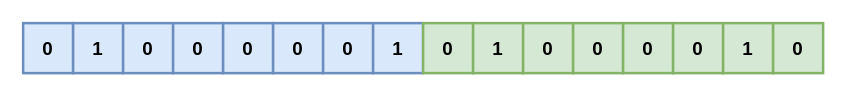
Before: redis/redis-hyperloglog-1.drawio in donscoco/diagrams, a draw.io diagram. Source tidied: cells renumbered, new cells numbered last; positions are measured from the earlier drawing's top-left corner, leaving out a move shared by most shapes. Both pictures are drawn from the tidied source at 125%, with x=0, y=0 at pixel (22, 22).
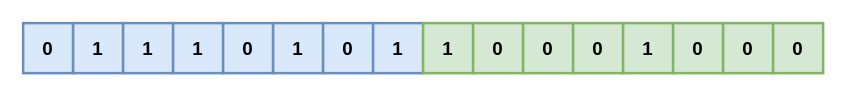
The same diagram, later.

The edit, as a diff of the source:
```diff
@@
 <mxGraphModel>
   <root>
     <mxCell id="0" />
     <mxCell id="1" parent="0" />
     <mxCell id="2" value="0" style="rounded=0;whiteSpace=wrap;html=1;strokeWidth=2;fillWeight=4;hachureGap=8;hachureAngle=45;fillColor=#dae8fc;strokeColor=#6c8ebf;fontSize=15;fontStyle=1;" parent="1" vertex="1">
       <mxGeometry width="40" height="40" as="geometry" />
     </mxCell>
     <mxCell id="3" value="1" style="rounded=0;whiteSpace=wrap;html=1;strokeWidth=2;fillWeight=4;hachureGap=8;hachureAngle=45;fillColor=#dae8fc;strokeColor=#6c8ebf;fontSize=15;fontStyle=1;" parent="1" vertex="1">
       <mxGeometry x="40" width="40" height="40" as="geometry" />
     </mxCell>
-    <mxCell id="4" value="0" style="rounded=0;whiteSpace=wrap;html=1;strokeWidth=2;fillWeight=4;hachureGap=8;hachureAngle=45;fillColor=#dae8fc;strokeColor=#6c8ebf;fontSize=15;fontStyle=1;" parent="1" vertex="1">
+    <mxCell id="4" value="1" style="rounded=0;whiteSpace=wrap;html=1;strokeWidth=2;fillWeight=4;hachureGap=8;hachureAngle=45;fillColor=#dae8fc;strokeColor=#6c8ebf;fontSize=15;fontStyle=1;" parent="1" vertex="1">
       <mxGeometry x="80" width="40" height="40" as="geometry" />
     </mxCell>
-    <mxCell id="5" value="0" style="rounded=0;whiteSpace=wrap;html=1;strokeWidth=2;fillWeight=4;hachureGap=8;hachureAngle=45;fillColor=#dae8fc;strokeColor=#6c8ebf;fontSize=15;fontStyle=1;" parent="1" vertex="1">
+    <mxCell id="5" value="1" style="rounded=0;whiteSpace=wrap;html=1;strokeWidth=2;fillWeight=4;hachureGap=8;hachureAngle=45;fillColor=#dae8fc;strokeColor=#6c8ebf;fontSize=15;fontStyle=1;" parent="1" vertex="1">
       <mxGeometry x="120" width="40" height="40" as="geometry" />
     </mxCell>
     <mxCell id="6" value="0" style="rounded=0;whiteSpace=wrap;html=1;strokeWidth=2;fillWeight=4;hachureGap=8;hachureAngle=45;fillColor=#dae8fc;strokeColor=#6c8ebf;fontSize=15;fontStyle=1;" parent="1" vertex="1">
       <mxGeometry x="160" width="40" height="40" as="geometry" />
     </mxCell>
-    <mxCell id="7" value="0" style="rounded=0;whiteSpace=wrap;html=1;strokeWidth=2;fillWeight=4;hachureGap=8;hachureAngle=45;fillColor=#dae8fc;strokeColor=#6c8ebf;fontSize=15;fontStyle=1;" parent="1" vertex="1">
+    <mxCell id="7" value="1" style="rounded=0;whiteSpace=wrap;html=1;strokeWidth=2;fillWeight=4;hachureGap=8;hachureAngle=45;fillColor=#dae8fc;strokeColor=#6c8ebf;fontSize=15;fontStyle=1;" parent="1" vertex="1">
       <mxGeometry x="200" width="40" height="40" as="geometry" />
     </mxCell>
     <mxCell id="8" value="0" style="rounded=0;whiteSpace=wrap;html=1;strokeWidth=2;fillWeight=4;hachureGap=8;hachureAngle=45;fillColor=#dae8fc;strokeColor=#6c8ebf;fontSize=15;fontStyle=1;" parent="1" vertex="1">
       <mxGeometry x="240" width="40" height="40" as="geometry" />
     </mxCell>
     <mxCell id="9" value="1" style="rounded=0;whiteSpace=wrap;html=1;strokeWidth=2;fillWeight=4;hachureGap=8;hachureAngle=45;fillColor=#dae8fc;strokeColor=#6c8ebf;fontSize=15;fontStyle=1;" parent="1" vertex="1">
       <mxGeometry x="280" width="40" height="40" as="geometry" />
     </mxCell>
-    <mxCell id="10" value="0" style="rounded=0;whiteSpace=wrap;html=1;strokeWidth=2;fillWeight=4;hachureGap=8;hachureAngle=45;fillColor=#d5e8d4;strokeColor=#82b366;fontSize=15;fontStyle=1;" parent="1" vertex="1">
+    <mxCell id="10" value="1" style="rounded=0;whiteSpace=wrap;html=1;strokeWidth=2;fillWeight=4;hachureGap=8;hachureAngle=45;fillColor=#d5e8d4;strokeColor=#82b366;fontSize=15;fontStyle=1;" parent="1" vertex="1">
       <mxGeometry x="320" width="40" height="40" as="geometry" />
     </mxCell>
-    <mxCell id="11" value="1" style="rounded=0;whiteSpace=wrap;html=1;strokeWidth=2;fillWeight=4;hachureGap=8;hachureAngle=45;fillColor=#d5e8d4;strokeColor=#82b366;fontSize=15;fontStyle=1;" parent="1" vertex="1">
+    <mxCell id="11" value="0" style="rounded=0;whiteSpace=wrap;html=1;strokeWidth=2;fillWeight=4;hachureGap=8;hachureAngle=45;fillColor=#d5e8d4;strokeColor=#82b366;fontSize=15;fontStyle=1;" parent="1" vertex="1">
       <mxGeometry x="360" width="40" height="40" as="geometry" />
     </mxCell>
     <mxCell id="12" value="0" style="rounded=0;whiteSpace=wrap;html=1;strokeWidth=2;fillWeight=4;hachureGap=8;hachureAngle=45;fillColor=#d5e8d4;strokeColor=#82b366;fontSize=15;fontStyle=1;" parent="1" vertex="1">
       <mxGeometry x="400" width="40" height="40" as="geometry" />
     </mxCell>
     <mxCell id="13" value="0" style="rounded=0;whiteSpace=wrap;html=1;strokeWidth=2;fillWeight=4;hachureGap=8;hachureAngle=45;fillColor=#d5e8d4;strokeColor=#82b366;fontSize=15;fontStyle=1;" parent="1" vertex="1">
       <mxGeometry x="440" width="40" height="40" as="geometry" />
     </mxCell>
-    <mxCell id="14" value="0" style="rounded=0;whiteSpace=wrap;html=1;strokeWidth=2;fillWeight=4;hachureGap=8;hachureAngle=45;fillColor=#d5e8d4;strokeColor=#82b366;fontSize=15;fontStyle=1;" parent="1" vertex="1">
+    <mxCell id="14" value="1" style="rounded=0;whiteSpace=wrap;html=1;strokeWidth=2;fillWeight=4;hachureGap=8;hachureAngle=45;fillColor=#d5e8d4;strokeColor=#82b366;fontSize=15;fontStyle=1;" parent="1" vertex="1">
       <mxGeometry x="480" width="40" height="40" as="geometry" />
     </mxCell>
     <mxCell id="15" value="0" style="rounded=0;whiteSpace=wrap;html=1;strokeWidth=2;fillWeight=4;hachureGap=8;hachureAngle=45;fillColor=#d5e8d4;strokeColor=#82b366;fontSize=15;fontStyle=1;" parent="1" vertex="1">
       <mxGeometry x="520" width="40" height="40" as="geometry" />
     </mxCell>
-    <mxCell id="16" value="1" style="rounded=0;whiteSpace=wrap;html=1;strokeWidth=2;fillWeight=4;hachureGap=8;hachureAngle=45;fillColor=#d5e8d4;strokeColor=#82b366;fontSize=15;fontStyle=1;" parent="1" vertex="1">
+    <mxCell id="16" value="0" style="rounded=0;whiteSpace=wrap;html=1;strokeWidth=2;fillWeight=4;hachureGap=8;hachureAngle=45;fillColor=#d5e8d4;strokeColor=#82b366;fontSize=15;fontStyle=1;" parent="1" vertex="1">
       <mxGeometry x="560" width="40" height="40" as="geometry" />
     </mxCell>
     <mxCell id="17" value="0" style="rounded=0;whiteSpace=wrap;html=1;strokeWidth=2;fillWeight=4;hachureGap=8;hachureAngle=45;fillColor=#d5e8d4;strokeColor=#82b366;fontSize=15;fontStyle=1;" parent="1" vertex="1">
       <mxGeometry x="600" width="40" height="40" as="geometry" />
     </mxCell>
   </root>
 </mxGraphModel>
```
